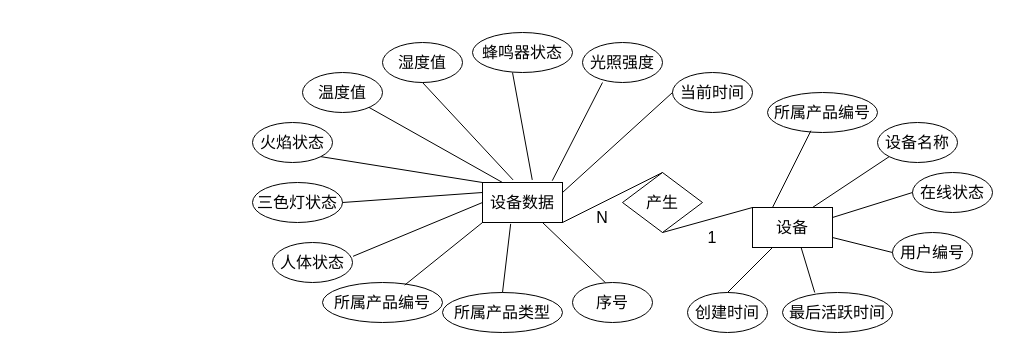
zhangruyi3906/img keeps this draw.io diagram as 用户-宿舍-设备.drawio. Above is the earlier version. Source tidied: cells renumbered, new cells numbered last; positions are measured from the earlier drawing's top-left corner, leaving out a move shared by most shapes. Both pictures are drawn from the tidied source at 100%, with x=0, y=0 at pixel (252, 32).
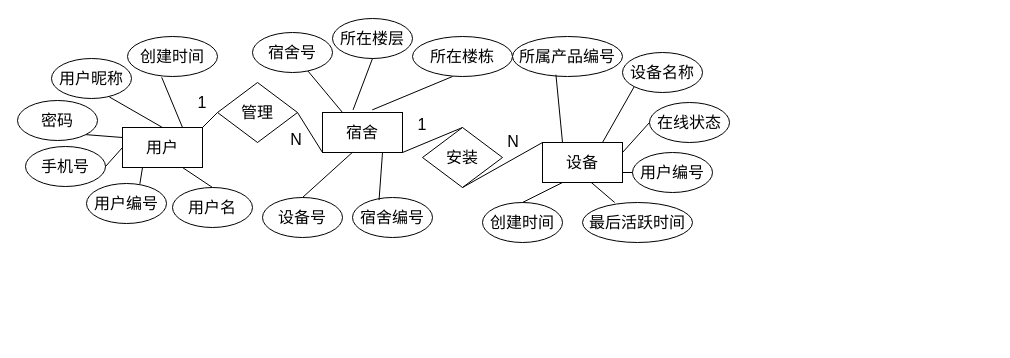
After the change.

Commit message (it also covers changes not shown here):
更新用户-宿舍-设备.drawio

Change to the diagram source:
```diff
@@
-    <mxCell id="2" value="&lt;font style=&quot;font-size: 16px;&quot;&gt;设备数据&lt;/font&gt;" style="rounded=0;whiteSpace=wrap;html=1;" parent="1" vertex="1">
-      <mxGeometry x="230" y="150" width="80" height="40" as="geometry" />
+    <mxCell id="2" value="&lt;font style=&quot;font-size: 16px;&quot;&gt;宿舍&lt;/font&gt;" style="rounded=0;whiteSpace=wrap;html=1;" parent="1" vertex="1">
+      <mxGeometry x="70" y="80" width="80" height="40" as="geometry" />
     </mxCell>
     <mxCell id="3" value="&lt;font style=&quot;font-size: 16px;&quot;&gt;设备&lt;/font&gt;" style="rounded=0;whiteSpace=wrap;html=1;" parent="1" vertex="1">
-      <mxGeometry x="500" y="175" width="80" height="40" as="geometry" />
+      <mxGeometry x="290" y="110" width="80" height="40" as="geometry" />
     </mxCell>
     <mxCell id="4" value="&lt;p class=&quot;MsoNormal&quot;&gt;&lt;font face=&quot;Helvetica&quot; style=&quot;font-size: 16px;&quot;&gt;设备名称&lt;/font&gt;&lt;/p&gt;" style="ellipse;whiteSpace=wrap;html=1;" parent="1" vertex="1">
-      <mxGeometry x="625" y="90" width="80" height="40" as="geometry" />
+      <mxGeometry x="370" y="20" width="80" height="40" as="geometry" />
     </mxCell>
     <mxCell id="5" value="&lt;p class=&quot;MsoNormal&quot;&gt;&lt;font face=&quot;Helvetica&quot; style=&quot;font-size: 16px;&quot;&gt;在线状态&lt;/font&gt;&lt;/p&gt;" style="ellipse;whiteSpace=wrap;html=1;" parent="1" vertex="1">
-      <mxGeometry x="660" y="140" width="80" height="40" as="geometry" />
+      <mxGeometry x="397" y="70" width="80" height="40" as="geometry" />
     </mxCell>
     <mxCell id="6" value="&lt;p class=&quot;MsoNormal&quot;&gt;&lt;font face=&quot;Helvetica&quot; style=&quot;font-size: 16px;&quot;&gt;用户编号&lt;/font&gt;&lt;/p&gt;" style="ellipse;whiteSpace=wrap;html=1;" parent="1" vertex="1">
-      <mxGeometry x="640" y="200" width="80" height="40" as="geometry" />
+      <mxGeometry x="380" y="120" width="80" height="40" as="geometry" />
     </mxCell>
     <mxCell id="7" value="&lt;p class=&quot;MsoNormal&quot;&gt;&lt;font face=&quot;Helvetica&quot; style=&quot;font-size: 16px;&quot;&gt;最后活跃时间&lt;/font&gt;&lt;/p&gt;" style="ellipse;whiteSpace=wrap;html=1;" parent="1" vertex="1">
-      <mxGeometry x="530" y="260" width="110" height="40" as="geometry" />
+      <mxGeometry x="330" y="170" width="110" height="40" as="geometry" />
     </mxCell>
     <mxCell id="8" value="&lt;p class=&quot;MsoNormal&quot;&gt;&lt;font face=&quot;Helvetica&quot; style=&quot;font-size: 16px;&quot;&gt;所属产品编号&lt;/font&gt;&lt;/p&gt;" style="ellipse;whiteSpace=wrap;html=1;" parent="1" vertex="1">
-      <mxGeometry x="515" y="60" width="110" height="40" as="geometry" />
+      <mxGeometry x="260" y="4" width="110" height="40" as="geometry" />
     </mxCell>
     <mxCell id="9" value="&lt;p class=&quot;MsoNormal&quot;&gt;&lt;span style=&quot;color: rgb(0, 0, 0);&quot;&gt;&lt;font face=&quot;Helvetica&quot; style=&quot;font-size: 16px;&quot;&gt;创建时间&lt;/font&gt;&lt;/span&gt;&lt;/p&gt;" style="ellipse;whiteSpace=wrap;html=1;" parent="1" vertex="1">
-      <mxGeometry x="435" y="260" width="80" height="40" as="geometry" />
+      <mxGeometry x="230" y="170" width="80" height="40" as="geometry" />
     </mxCell>
@@
-    <mxCell id="16" value="&lt;span style=&quot;font-size: 16px;&quot;&gt;产生&lt;/span&gt;" style="rhombus;whiteSpace=wrap;html=1;" parent="1" vertex="1">
-      <mxGeometry x="370" y="140" width="80" height="60" as="geometry" />
+    <mxCell id="16" value="&lt;span style=&quot;font-size: 16px;&quot;&gt;安装&lt;/span&gt;" style="rhombus;whiteSpace=wrap;html=1;" parent="1" vertex="1">
+      <mxGeometry x="170" y="95" width="80" height="60" as="geometry" />
     </mxCell>
@@
-    <mxCell id="19" value="&lt;p class=&quot;MsoNormal&quot;&gt;&lt;font face=&quot;Helvetica&quot; style=&quot;font-size: 16px;&quot;&gt;三色灯状态&lt;/font&gt;&lt;/p&gt;" style="ellipse;whiteSpace=wrap;html=1;" parent="1" vertex="1">
-      <mxGeometry y="150" width="90" height="40" as="geometry" />
-    </mxCell>
-    <mxCell id="20" value="&lt;p class=&quot;MsoNormal&quot;&gt;&lt;font face=&quot;Helvetica&quot; style=&quot;font-size: 16px;&quot;&gt;人体状态&lt;/font&gt;&lt;/p&gt;" style="ellipse;whiteSpace=wrap;html=1;" parent="1" vertex="1">
-      <mxGeometry x="20" y="210" width="80" height="40" as="geometry" />
-    </mxCell>
-    <mxCell id="21" value="&lt;p class=&quot;MsoNormal&quot;&gt;&lt;font face=&quot;Helvetica&quot; style=&quot;font-size: 16px;&quot;&gt;温度值&lt;/font&gt;&lt;/p&gt;" style="ellipse;whiteSpace=wrap;html=1;" parent="1" vertex="1">
-      <mxGeometry x="50" y="40" width="80" height="40" as="geometry" />
+    <mxCell id="21" value="&lt;p class=&quot;MsoNormal&quot;&gt;&lt;font face=&quot;Helvetica&quot; style=&quot;font-size: 16px;&quot;&gt;宿舍号&lt;/font&gt;&lt;/p&gt;" style="ellipse;whiteSpace=wrap;html=1;" parent="1" vertex="1">
+      <mxGeometry width="80" height="40" as="geometry" />
     </mxCell>
-    <mxCell id="22" value="&lt;p class=&quot;MsoNormal&quot;&gt;&lt;font face=&quot;Helvetica&quot; style=&quot;font-size: 16px;&quot;&gt;湿度值&lt;/font&gt;&lt;/p&gt;" style="ellipse;whiteSpace=wrap;html=1;" parent="1" vertex="1">
-      <mxGeometry x="130" y="10" width="80" height="40" as="geometry" />
+    <mxCell id="22" value="&lt;p class=&quot;MsoNormal&quot;&gt;&lt;font face=&quot;Helvetica&quot; style=&quot;font-size: 16px;&quot;&gt;所在楼层&lt;/font&gt;&lt;/p&gt;" style="ellipse;whiteSpace=wrap;html=1;" parent="1" vertex="1">
+      <mxGeometry x="80" y="-14" width="80" height="40" as="geometry" />
     </mxCell>
-    <mxCell id="23" value="&lt;p class=&quot;MsoNormal&quot;&gt;&lt;font face=&quot;Helvetica&quot; style=&quot;font-size: 16px;&quot;&gt;所属产品编号&lt;/font&gt;&lt;/p&gt;" style="ellipse;whiteSpace=wrap;html=1;" parent="1" vertex="1">
-      <mxGeometry x="70" y="250" width="120" height="40" as="geometry" />
-    </mxCell>
-    <mxCell id="24" value="&lt;p class=&quot;MsoNormal&quot;&gt;&lt;font face=&quot;Helvetica&quot; style=&quot;font-size: 16px;&quot;&gt;火焰状态&lt;/font&gt;&lt;/p&gt;" style="ellipse;whiteSpace=wrap;html=1;" parent="1" vertex="1">
-      <mxGeometry y="90" width="80" height="40" as="geometry" />
+    <mxCell id="24" value="&lt;p class=&quot;MsoNormal&quot;&gt;&lt;font face=&quot;Helvetica&quot; style=&quot;font-size: 16px;&quot;&gt;设备号&lt;/font&gt;&lt;/p&gt;" style="ellipse;whiteSpace=wrap;html=1;" parent="1" vertex="1">
+      <mxGeometry x="10" y="165" width="80" height="40" as="geometry" />
     </mxCell>
-    <mxCell id="25" value="&lt;p class=&quot;MsoNormal&quot;&gt;&lt;font face=&quot;Helvetica&quot; style=&quot;font-size: 16px;&quot;&gt;蜂鸣器状态&lt;/font&gt;&lt;/p&gt;" style="ellipse;whiteSpace=wrap;html=1;" parent="1" vertex="1">
-      <mxGeometry x="220" width="100" height="40" as="geometry" />
+    <mxCell id="25" value="&lt;p class=&quot;MsoNormal&quot;&gt;&lt;span style=&quot;font-size: 16px;&quot;&gt;所在楼栋&lt;/span&gt;&lt;/p&gt;" style="ellipse;whiteSpace=wrap;html=1;" parent="1" vertex="1">
+      <mxGeometry x="160" y="4" width="100" height="40" as="geometry" />
     </mxCell>
-    <mxCell id="26" value="&lt;p class=&quot;MsoNormal&quot;&gt;&lt;font face=&quot;Helvetica&quot; style=&quot;font-size: 16px;&quot;&gt;所属产品类型&lt;/font&gt;&lt;/p&gt;" style="ellipse;whiteSpace=wrap;html=1;" parent="1" vertex="1">
-      <mxGeometry x="190" y="260" width="120" height="40" as="geometry" />
-    </mxCell>
-    <mxCell id="27" value="&lt;p class=&quot;MsoNormal&quot;&gt;&lt;font face=&quot;Helvetica&quot; style=&quot;font-size: 16px;&quot;&gt;光照强度&lt;/font&gt;&lt;/p&gt;" style="ellipse;whiteSpace=wrap;html=1;" parent="1" vertex="1">
-      <mxGeometry x="330" y="10" width="80" height="40" as="geometry" />
+    <mxCell id="27" value="&lt;p class=&quot;MsoNormal&quot;&gt;&lt;span style=&quot;font-size: 16px;&quot;&gt;宿舍编号&lt;/span&gt;&lt;/p&gt;" style="ellipse;whiteSpace=wrap;html=1;" parent="1" vertex="1">
+      <mxGeometry x="100" y="165" width="80" height="40" as="geometry" />
     </mxCell>
-    <mxCell id="28" value="&lt;p class=&quot;MsoNormal&quot;&gt;&lt;font face=&quot;Helvetica&quot; style=&quot;font-size: 16px;&quot;&gt;序号&lt;/font&gt;&lt;/p&gt;" style="ellipse;whiteSpace=wrap;html=1;" parent="1" vertex="1">
-      <mxGeometry x="320" y="250" width="80" height="40" as="geometry" />
-    </mxCell>
-    <mxCell id="29" value="&lt;p class=&quot;MsoNormal&quot;&gt;&lt;font style=&quot;font-size: 16px;&quot;&gt;当前时间&lt;/font&gt;&lt;/p&gt;" style="ellipse;whiteSpace=wrap;html=1;" parent="1" vertex="1">
-      <mxGeometry x="420" y="40" width="80" height="40" as="geometry" />
-    </mxCell>
-    <mxCell id="30" style="endArrow=none;html=1;rounded=0;exitX=0.412;exitY=0.005;exitDx=0;exitDy=0;entryX=0.75;entryY=1;entryDx=0;entryDy=0;exitPerimeter=0;" parent="1" edge="1" source="28" target="2">
-      <mxGeometry relative="1" as="geometry" />
-    </mxCell>
-    <mxCell id="31" style="endArrow=none;html=1;rounded=0;exitX=0.5;exitY=0;exitDx=0;exitDy=0;entryX=0.352;entryY=1.035;entryDx=0;entryDy=0;entryPerimeter=0;" parent="1" edge="1" source="26" target="2">
-      <mxGeometry relative="1" as="geometry" />
-    </mxCell>
-    <mxCell id="32" style="endArrow=none;html=1;rounded=0;exitX=0.685;exitY=0.065;exitDx=0;exitDy=0;entryX=0;entryY=1;entryDx=0;entryDy=0;exitPerimeter=0;" parent="1" edge="1" source="23" target="2">
-      <mxGeometry relative="1" as="geometry" />
-    </mxCell>
-    <mxCell id="33" style="endArrow=none;html=1;rounded=0;exitX=1.007;exitY=0.345;exitDx=0;exitDy=0;entryX=0;entryY=0.5;entryDx=0;entryDy=0;exitPerimeter=0;" parent="1" edge="1" source="20" target="2">
-      <mxGeometry relative="1" as="geometry" />
-    </mxCell>
-    <mxCell id="34" style="endArrow=none;html=1;rounded=0;exitX=1;exitY=0.5;exitDx=0;exitDy=0;entryX=0;entryY=0.25;entryDx=0;entryDy=0;" parent="1" edge="1" source="19" target="2">
-      <mxGeometry relative="1" as="geometry" />
-    </mxCell>
-    <mxCell id="35" style="endArrow=none;html=1;rounded=0;exitX=1;exitY=1;exitDx=0;exitDy=0;entryX=0;entryY=0;entryDx=0;entryDy=0;" parent="1" edge="1" source="24" target="2">
+    <mxCell id="35" style="endArrow=none;html=1;rounded=0;exitX=0.5;exitY=0;exitDx=0;exitDy=0;entryX=0.372;entryY=1;entryDx=0;entryDy=0;entryPerimeter=0;" parent="1" edge="1" source="24" target="2">
       <mxGeometry relative="1" as="geometry" />
     </mxCell>
@@
-    <mxCell id="39" style="endArrow=none;html=1;rounded=0;exitX=0.25;exitY=1;exitDx=0;exitDy=0;entryX=0.872;entryY=-0.045;entryDx=0;entryDy=0;exitPerimeter=0;entryPerimeter=0;" parent="1" edge="1" source="27" target="2">
-      <mxGeometry relative="1" as="geometry" />
+    <mxCell id="39" style="endArrow=none;html=1;rounded=0;exitX=0.332;exitY=0.065;exitDx=0;exitDy=0;exitPerimeter=0;" parent="1" edge="1" source="27">
+      <mxGeometry relative="1" as="geometry">
+        <mxPoint x="130" y="120" as="targetPoint" />
+      </mxGeometry>
     </mxCell>
-    <mxCell id="40" style="endArrow=none;html=1;rounded=0;exitX=0;exitY=0.5;exitDx=0;exitDy=0;entryX=1;entryY=0.25;entryDx=0;entryDy=0;" parent="1" edge="1" source="29" target="2">
-      <mxGeometry relative="1" as="geometry" />
-    </mxCell>
     <mxCell id="41" value="&lt;span style=&quot;font-size: 16px;&quot;&gt;1&lt;/span&gt;" style="text;html=1;align=center;verticalAlign=middle;whiteSpace=wrap;rounded=0;" parent="1" vertex="1">
-      <mxGeometry x="430" y="190" width="60" height="30" as="geometry" />
+      <mxGeometry x="-80" y="55" width="60" height="30" as="geometry" />
     </mxCell>
     <mxCell id="42" value="&lt;span style=&quot;font-size: 16px;&quot;&gt;N&lt;/span&gt;" style="text;html=1;align=center;verticalAlign=middle;whiteSpace=wrap;rounded=0;" parent="1" vertex="1">
-      <mxGeometry x="320" y="170" width="60" height="30" as="geometry" />
+      <mxGeometry x="14" y="92" width="60" height="30" as="geometry" />
     </mxCell>
@@
+    <mxCell id="44" value="&lt;font style=&quot;font-size: 16px;&quot;&gt;用户&lt;/font&gt;" style="rounded=0;whiteSpace=wrap;html=1;" parent="1" vertex="1">
+      <mxGeometry x="-130" y="95" width="80" height="40" as="geometry" />
+    </mxCell>
+    <mxCell id="45" value="&lt;p class=&quot;MsoNormal&quot;&gt;&lt;font face=&quot;Helvetica&quot; style=&quot;font-size: 16px;&quot;&gt;用户编号&lt;/font&gt;&lt;/p&gt;" style="ellipse;whiteSpace=wrap;html=1;" parent="1" vertex="1">
+      <mxGeometry x="-166" y="151" width="80" height="40" as="geometry" />
+    </mxCell>
+    <mxCell id="46" value="&lt;p class=&quot;MsoNormal&quot;&gt;&lt;font face=&quot;Helvetica&quot; style=&quot;font-size: 16px;&quot;&gt;用户昵称&lt;/font&gt;&lt;/p&gt;" style="ellipse;whiteSpace=wrap;html=1;" parent="1" vertex="1">
+      <mxGeometry x="-201" y="26" width="80" height="40" as="geometry" />
+    </mxCell>
+    <mxCell id="47" value="&lt;p class=&quot;MsoNormal&quot;&gt;&lt;font face=&quot;Helvetica&quot; style=&quot;font-size: 16px;&quot;&gt;用户名&lt;/font&gt;&lt;/p&gt;" style="ellipse;whiteSpace=wrap;html=1;" parent="1" vertex="1">
+      <mxGeometry x="-80" y="155" width="80" height="40" as="geometry" />
+    </mxCell>
+    <mxCell id="48" value="&lt;p class=&quot;MsoNormal&quot;&gt;&lt;font face=&quot;Helvetica&quot; style=&quot;font-size: 16px;&quot;&gt;密码&lt;/font&gt;&lt;/p&gt;" style="ellipse;whiteSpace=wrap;html=1;" parent="1" vertex="1">
+      <mxGeometry x="-235" y="68" width="80" height="40" as="geometry" />
+    </mxCell>
+    <mxCell id="49" value="&lt;p class=&quot;MsoNormal&quot;&gt;&lt;font style=&quot;font-size: 16px;&quot;&gt;手机号&lt;/font&gt;&lt;/p&gt;" style="ellipse;whiteSpace=wrap;html=1;" parent="1" vertex="1">
+      <mxGeometry x="-227" y="114" width="80" height="40" as="geometry" />
+    </mxCell>
+    <mxCell id="50" value="&lt;p class=&quot;MsoNormal&quot;&gt;&lt;font face=&quot;Helvetica&quot; style=&quot;font-size: 16px;&quot;&gt;创建时间&lt;/font&gt;&lt;/p&gt;" style="ellipse;whiteSpace=wrap;html=1;" parent="1" vertex="1">
+      <mxGeometry x="-125" y="4" width="90" height="40" as="geometry" />
+    </mxCell>
+    <mxCell id="51" style="endArrow=none;html=1;rounded=0;exitX=0.5;exitY=0;exitDx=0;exitDy=0;entryX=0.75;entryY=1;entryDx=0;entryDy=0;" parent="1" edge="1" source="47" target="44">
+      <mxGeometry relative="1" as="geometry" />
+    </mxCell>
+    <mxCell id="52" style="endArrow=none;html=1;rounded=0;exitX=0.667;exitY=0.01;exitDx=0;exitDy=0;entryX=0.25;entryY=1;entryDx=0;entryDy=0;exitPerimeter=0;" parent="1" edge="1" source="45" target="44">
+      <mxGeometry relative="1" as="geometry" />
+    </mxCell>
+    <mxCell id="53" style="endArrow=none;html=1;rounded=0;exitX=1;exitY=0.5;exitDx=0;exitDy=0;entryX=0;entryY=0.5;entryDx=0;entryDy=0;" parent="1" edge="1" source="49" target="44">
+      <mxGeometry relative="1" as="geometry" />
+    </mxCell>
+    <mxCell id="54" style="endArrow=none;html=1;rounded=0;exitX=1;exitY=1;exitDx=0;exitDy=0;entryX=0;entryY=0.25;entryDx=0;entryDy=0;" parent="1" edge="1" source="48" target="44">
+      <mxGeometry relative="1" as="geometry" />
+    </mxCell>
+    <mxCell id="55" style="endArrow=none;html=1;rounded=0;exitX=0.722;exitY=0.96;exitDx=0;exitDy=0;entryX=0.5;entryY=0;entryDx=0;entryDy=0;exitPerimeter=0;" parent="1" edge="1" source="46" target="44">
+      <mxGeometry relative="1" as="geometry" />
+    </mxCell>
+    <mxCell id="56" style="endArrow=none;html=1;rounded=0;exitX=0.38;exitY=1.02;exitDx=0;exitDy=0;entryX=0.75;entryY=0;entryDx=0;entryDy=0;exitPerimeter=0;" parent="1" edge="1" source="50" target="44">
+      <mxGeometry relative="1" as="geometry" />
+    </mxCell>
+    <mxCell id="57" value="&lt;span style=&quot;font-size: 16px;&quot;&gt;管理&lt;/span&gt;" style="rhombus;whiteSpace=wrap;html=1;" parent="1" vertex="1">
+      <mxGeometry x="-35" y="50" width="80" height="60" as="geometry" />
+    </mxCell>
+    <mxCell id="58" style="endArrow=none;html=1;rounded=0;exitX=1;exitY=0;exitDx=0;exitDy=0;entryX=0;entryY=0.5;entryDx=0;entryDy=0;" parent="1" edge="1" source="44" target="57">
+      <mxGeometry relative="1" as="geometry" />
+    </mxCell>
+    <mxCell id="59" style="endArrow=none;html=1;rounded=0;exitX=1;exitY=0.5;exitDx=0;exitDy=0;entryX=0;entryY=1;entryDx=0;entryDy=0;" parent="1" edge="1" source="57" target="2">
+      <mxGeometry relative="1" as="geometry" />
+    </mxCell>
+    <mxCell id="60" value="&lt;span style=&quot;font-size: 16px;&quot;&gt;1&lt;/span&gt;" style="text;html=1;align=center;verticalAlign=middle;whiteSpace=wrap;rounded=0;" parent="1" vertex="1">
+      <mxGeometry x="140" y="77" width="60" height="30" as="geometry" />
+    </mxCell>
+    <mxCell id="61" value="&lt;span style=&quot;font-size: 16px;&quot;&gt;N&lt;/span&gt;" style="text;html=1;align=center;verticalAlign=middle;whiteSpace=wrap;rounded=0;" parent="1" vertex="1">
+      <mxGeometry x="231" y="94" width="60" height="30" as="geometry" />
+    </mxCell>
```
